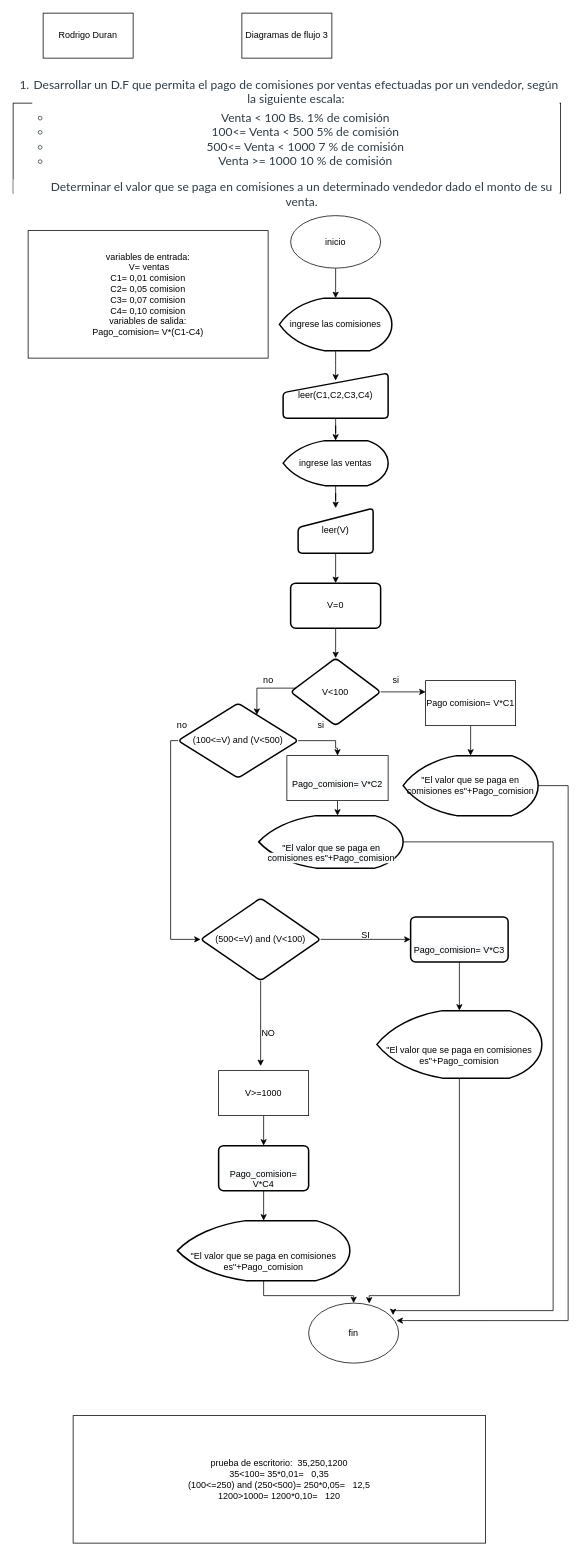
Above: page "Page-2" (2 of 5) of Untitled Diagram.drawio in 12RodrigoDuran/Formula (draw.io), before the change. Source tidied: cells renumbered, new cells numbered last; positions are measured from the earlier drawing's top-left corner, leaving out a move shared by most shapes. Both pictures are drawn from the tidied source at 75%, with x=0, y=0 at pixel (13, 13).
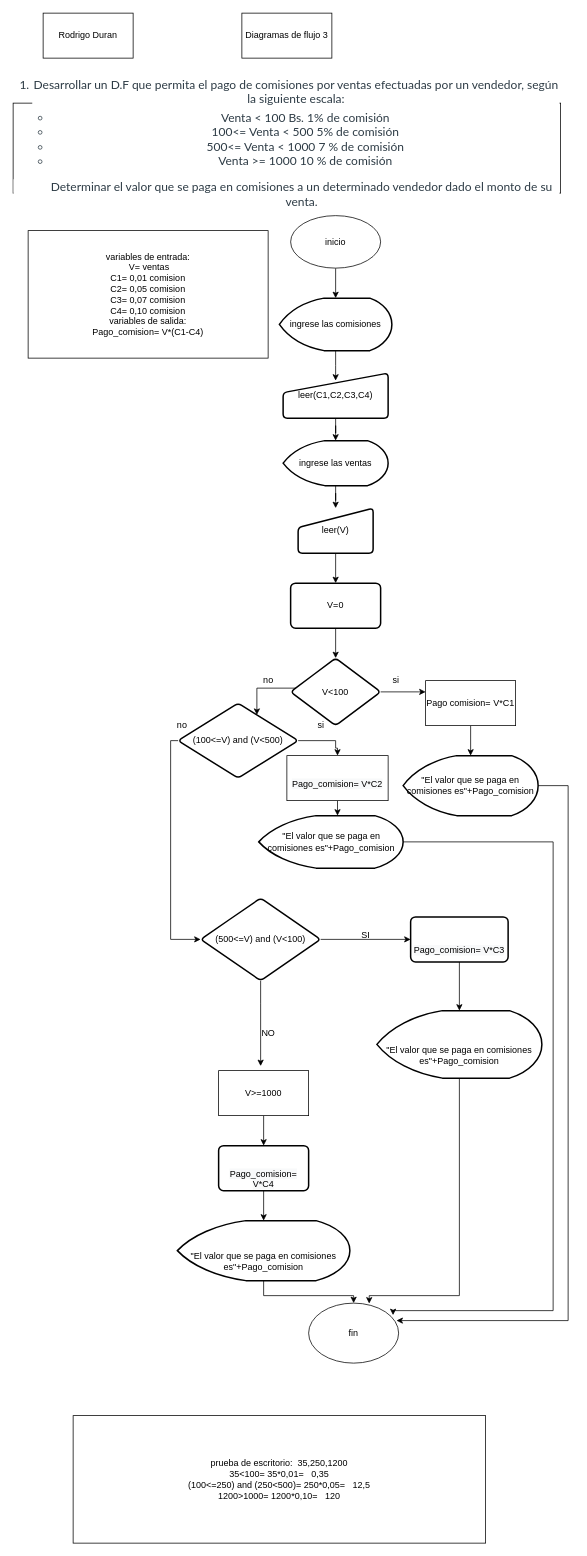
The same diagram, later.

Diff of the diagram source:
```diff
@@
-    <mxCell id="37" value="&lt;br&gt;&lt;br&gt;&lt;span style=&quot;color: rgb(0 , 0 , 0) ; font-family: &amp;#34;helvetica&amp;#34; ; font-size: 12px ; font-style: normal ; font-weight: 400 ; letter-spacing: normal ; text-align: center ; text-indent: 0px ; text-transform: none ; word-spacing: 0px ; background-color: rgb(248 , 249 , 250) ; display: inline ; float: none&quot;&gt;&quot;El valor que se paga en comisiones es&quot;+Pago_comision&lt;/span&gt;&lt;br&gt;" style="strokeWidth=2;html=1;shape=mxgraph.flowchart.display;whiteSpace=wrap;" parent="1" vertex="1">
+    <mxCell id="37" value="&lt;span&gt;&quot;El valor que se paga en comisiones es&quot;+Pago_comision&lt;/span&gt;" style="strokeWidth=2;html=1;shape=mxgraph.flowchart.display;whiteSpace=wrap;" parent="1" vertex="1">
       <mxGeometry x="327.5" y="1070" width="192.5" height="70" as="geometry" />
     </mxCell>
```
